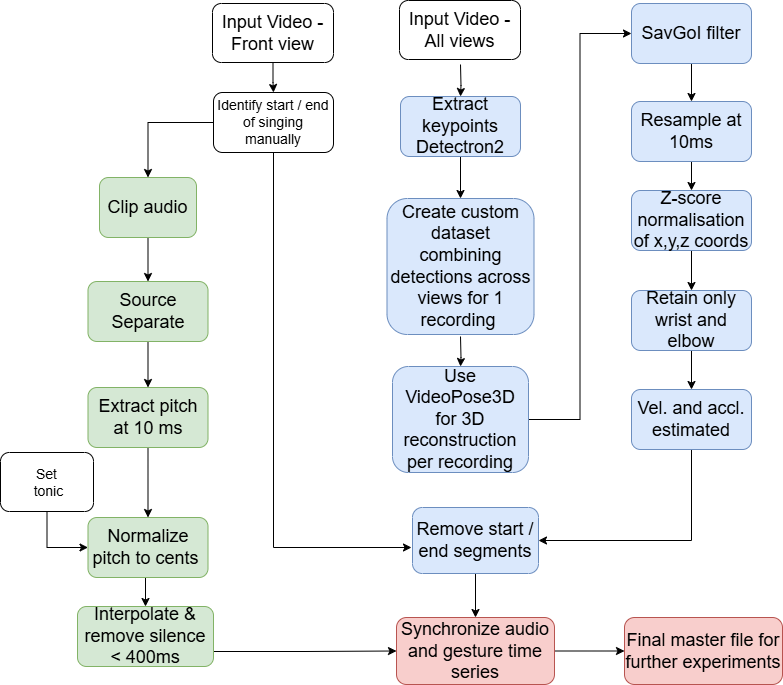
DAP-Lab/hindustani_raga_dataset_processing keeps this draw.io diagram as Process3D.png. Above is the earlier version. Source tidied: cells renumbered, new cells last; positions are measured from the earlier drawing's top-left corner, leaving out a move shared by most shapes.
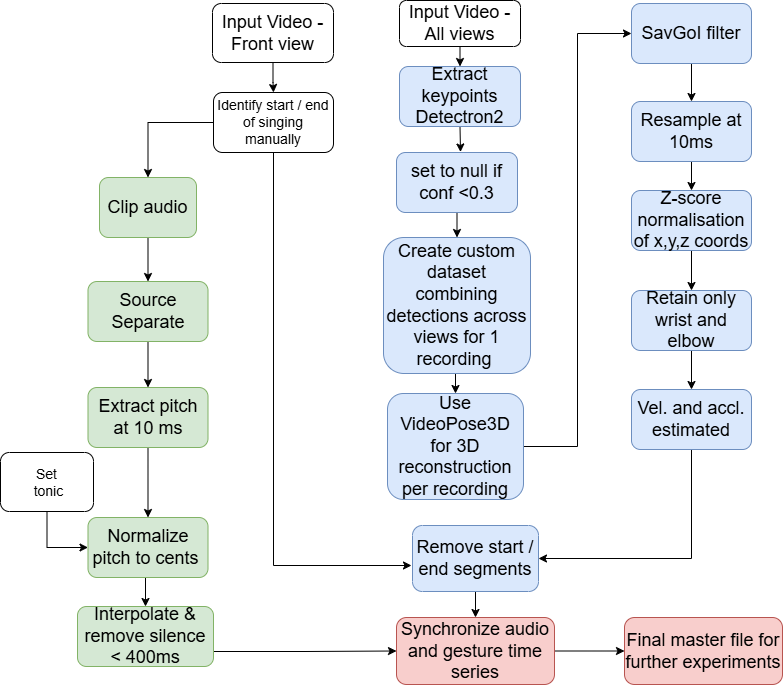
After the change.

The edit, as a diff of the source:
```diff
@@ -20,30 +20,25 @@
     <mxCell id="7" value="Extract pitch at 10 ms" style="rounded=1;whiteSpace=wrap;html=1;fontSize=18;fillColor=#d5e8d4;strokeColor=#82b366;" parent="1" vertex="1">
       <mxGeometry x="87.5" y="387" width="120" height="60" as="geometry" />
     </mxCell>
-    <mxCell id="8" style="edgeStyle=orthogonalEdgeStyle;rounded=0;jettySize=auto;html=1;fontSize=18;" parent="1" edge="1" target="10">
-      <mxGeometry relative="1" as="geometry">
-        <mxPoint x="460" y="64" as="sourcePoint" />
-      </mxGeometry>
-    </mxCell>
-    <mxCell id="9" style="edgeStyle=orthogonalEdgeStyle;rounded=0;jettySize=auto;html=1;fontSize=18;" parent="1" edge="1" source="10" target="11">
-      <mxGeometry relative="1" as="geometry" />
-    </mxCell>
+    <mxCell id="42" style="edgeStyle=orthogonalEdgeStyle;rounded=0;jettySize=auto;html=1;exitX=0.5;exitY=1;exitDx=0;exitDy=0;" parent="1" edge="1" source="10">
+      <mxGeometry relative="1" as="geometry">
+        <mxPoint x="460" y="151.5" as="targetPoint" />
+      </mxGeometry>
+    </mxCell>
     <mxCell id="10" value="Extract keypoints Detectron2" style="rounded=1;whiteSpace=wrap;html=1;fontSize=18;fillColor=#dae8fc;strokeColor=#6c8ebf;" parent="1" vertex="1">
-      <mxGeometry x="400" y="96" width="120" height="60" as="geometry" />
+      <mxGeometry x="399" y="66" width="121" height="60" as="geometry" />
     </mxCell>
+    <mxCell id="43" style="edgeStyle=orthogonalEdgeStyle;rounded=0;jettySize=auto;html=1;exitX=0.5;exitY=1;exitDx=0;exitDy=0;entryX=0.5;entryY=0;entryDx=0;entryDy=0;" parent="1" edge="1" source="11" target="14">
+      <mxGeometry relative="1" as="geometry" />
+    </mxCell>
     <mxCell id="11" value="Create custom dataset combining detections across views for 1 recording&amp;nbsp;" style="rounded=1;whiteSpace=wrap;html=1;fontSize=18;fillColor=#dae8fc;strokeColor=#6c8ebf;" parent="1" vertex="1">
-      <mxGeometry x="386.5" y="198" width="147" height="136" as="geometry" />
+      <mxGeometry x="383" y="237" width="147" height="136" as="geometry" />
     </mxCell>
-    <mxCell id="12" style="edgeStyle=orthogonalEdgeStyle;rounded=0;jettySize=auto;html=1;fontSize=18;" parent="1" edge="1" target="14">
-      <mxGeometry relative="1" as="geometry">
-        <mxPoint x="460" y="336" as="sourcePoint" />
-      </mxGeometry>
-    </mxCell>
     <mxCell id="13" style="edgeStyle=orthogonalEdgeStyle;rounded=0;jettySize=auto;html=1;entryX=0;entryY=0.5;entryDx=0;entryDy=0;" parent="1" edge="1" source="14" target="37">
       <mxGeometry relative="1" as="geometry" />
     </mxCell>
     <mxCell id="14" value="Use VideoPose3D for 3D reconstruction per recording" style="rounded=1;whiteSpace=wrap;html=1;fontSize=18;fillColor=#dae8fc;strokeColor=#6c8ebf;" parent="1" vertex="1">
-      <mxGeometry x="392" y="366" width="136" height="106" as="geometry" />
+      <mxGeometry x="387" y="393" width="136" height="106" as="geometry" />
     </mxCell>
     <mxCell id="15" style="edgeStyle=orthogonalEdgeStyle;rounded=0;jettySize=auto;html=1;fontSize=18;" parent="1" edge="1" source="16" target="18">
       <mxGeometry relative="1" as="geometry" />
@@ -97,7 +92,7 @@
       <mxGeometry relative="1" as="geometry" />
     </mxCell>
     <mxCell id="32" value="Remove start / end segments" style="rounded=1;whiteSpace=wrap;html=1;fontSize=18;fillColor=#dae8fc;strokeColor=#6c8ebf;" parent="1" vertex="1">
-      <mxGeometry x="412" y="507" width="126" height="66" as="geometry" />
+      <mxGeometry x="412" y="525" width="126" height="66" as="geometry" />
     </mxCell>
     <mxCell id="33" style="edgeStyle=orthogonalEdgeStyle;rounded=0;jettySize=auto;html=1;exitX=0.5;exitY=1;exitDx=0;exitDy=0;entryX=-0.008;entryY=0.606;entryDx=0;entryDy=0;entryPerimeter=0;" parent="1" edge="1" source="24" target="32">
       <mxGeometry relative="1" as="geometry" />
@@ -105,8 +100,11 @@
     <mxCell id="34" value="&lt;font style=&quot;font-size: 18px;&quot;&gt;Final master file for further experiments&lt;/font&gt;" style="rounded=1;whiteSpace=wrap;html=1;fillColor=#f8cecc;strokeColor=#b85450;" parent="1" vertex="1">
       <mxGeometry x="624" y="617" width="158" height="67" as="geometry" />
     </mxCell>
+    <mxCell id="44" style="edgeStyle=orthogonalEdgeStyle;rounded=0;jettySize=auto;html=1;exitX=0.5;exitY=1;exitDx=0;exitDy=0;entryX=0.5;entryY=0;entryDx=0;entryDy=0;" parent="1" edge="1" source="35" target="10">
+      <mxGeometry relative="1" as="geometry" />
+    </mxCell>
     <mxCell id="35" value="&lt;font style=&quot;font-size: 18px;&quot;&gt;Input Video -&lt;br&gt;All views&lt;br&gt;&lt;/font&gt;" style="rounded=1;whiteSpace=wrap;html=1;" parent="1" vertex="1">
-      <mxGeometry x="399" width="121" height="59" as="geometry" />
+      <mxGeometry x="399" width="121" height="46" as="geometry" />
     </mxCell>
     <mxCell id="36" style="edgeStyle=orthogonalEdgeStyle;rounded=0;jettySize=auto;html=1;" parent="1" edge="1" source="37" target="16">
       <mxGeometry relative="1" as="geometry" />
@@ -126,5 +124,11 @@
     <mxCell id="41" value="Interpolate &amp;amp; remove silence &amp;lt; 400ms" style="rounded=1;whiteSpace=wrap;html=1;fontSize=18;fillColor=#d5e8d4;strokeColor=#82b366;" parent="1" vertex="1">
       <mxGeometry x="77" y="606" width="136" height="60" as="geometry" />
     </mxCell>
+    <mxCell id="45" style="edgeStyle=orthogonalEdgeStyle;rounded=0;jettySize=auto;html=1;exitX=0.5;exitY=1;exitDx=0;exitDy=0;entryX=0.5;entryY=0;entryDx=0;entryDy=0;" parent="1" edge="1" source="46" target="11">
+      <mxGeometry relative="1" as="geometry" />
+    </mxCell>
+    <mxCell id="46" value="set to null if conf &amp;lt;0.3" style="rounded=1;whiteSpace=wrap;html=1;fontSize=18;fillColor=#dae8fc;strokeColor=#6c8ebf;" parent="1" vertex="1">
+      <mxGeometry x="396" y="152" width="121" height="60" as="geometry" />
+    </mxCell>
   </root>
 </mxGraphModel>
```
